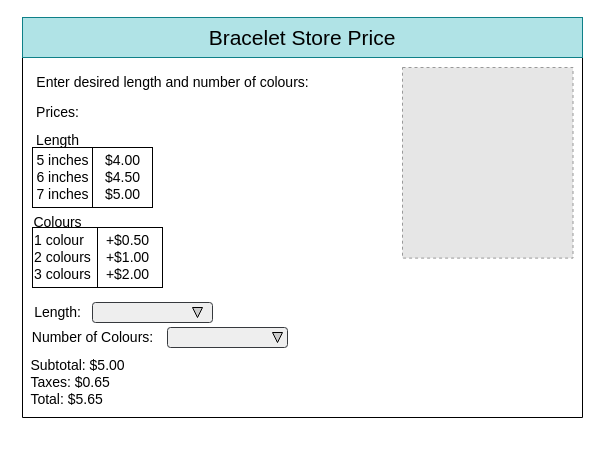
Earlier version of the draw.io diagram design/storyboard.drawio (MTHS-ICS2O-2-2022/ICS2O-Assignment-04-charlotte-jhu). Source tidied: cells renumbered, new cells numbered last; positions are measured from the earlier drawing's top-left corner, leaving out a move shared by most shapes. Both pictures are drawn from the tidied source at 100%, with x=0, y=0 at pixel (17, 17). Pictures stored in the file or linked from it are replaced by grey dashed boxes.
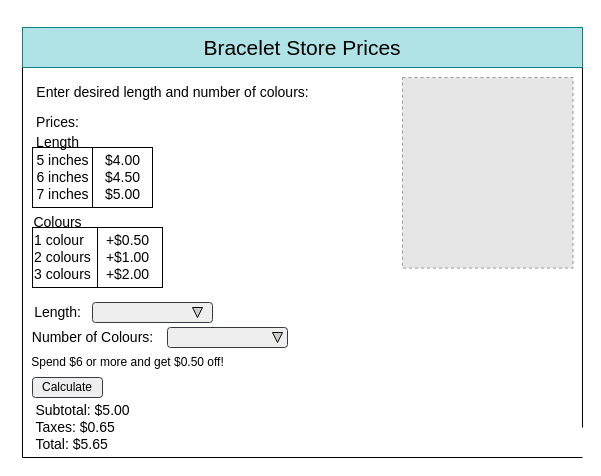
Above is the later version.

Unchanged cells that the change refers to:
```xml
<mxCell id="19" style="rounded=0;whiteSpace=wrap;html=1;labelBackgroundColor=none;fontSize=14;fillColor=none;strokeColor=#000000;" parent="1" vertex="1">
  <mxGeometry x="15" y="210" width="130" height="60" as="geometry" />
</mxCell>
```

Diff of the diagram source:
```diff
@@
     <mxCell id="2" style="endArrow=none;html=1;strokeColor=#000000;" parent="1" edge="1">
       <mxGeometry relative="1" as="geometry">
-        <mxPoint x="565" y="400" as="sourcePoint" />
-        <mxPoint x="5" y="400" as="targetPoint" />
+        <mxPoint x="565" y="440" as="sourcePoint" />
+        <mxPoint x="5" y="440" as="targetPoint" />
       </mxGeometry>
     </mxCell>
     <mxCell id="3" style="endArrow=none;html=1;strokeColor=#000000;" parent="1" edge="1">
       <mxGeometry relative="1" as="geometry">
-        <mxPoint x="565" as="sourcePoint" />
-        <mxPoint x="5" as="targetPoint" />
+        <mxPoint x="565" y="10" as="sourcePoint" />
+        <mxPoint x="5" y="10" as="targetPoint" />
       </mxGeometry>
     </mxCell>
     <mxCell id="4" style="endArrow=none;html=1;strokeColor=#000000;" parent="1" edge="1">
       <mxGeometry relative="1" as="geometry">
-        <mxPoint x="5" as="sourcePoint" />
-        <mxPoint x="5" y="400" as="targetPoint" />
+        <mxPoint x="5" y="10" as="sourcePoint" />
+        <mxPoint x="5" y="440" as="targetPoint" />
       </mxGeometry>
     </mxCell>
     <mxCell id="5" style="endArrow=none;html=1;strokeColor=#000000;" parent="1" edge="1">
       <mxGeometry relative="1" as="geometry">
-        <mxPoint x="565" y="400" as="sourcePoint" />
-        <mxPoint x="565" as="targetPoint" />
+        <mxPoint x="565" y="410" as="sourcePoint" />
+        <mxPoint x="565" y="10" as="targetPoint" />
       </mxGeometry>
     </mxCell>
-    <mxCell id="6" value="Bracelet Store Price" style="rounded=0;whiteSpace=wrap;html=1;fillColor=#b0e3e6;strokeColor=#0e8088;fontColor=#000000;fontSize=21;" parent="1" vertex="1">
-      <mxGeometry x="5" width="560" height="40" as="geometry" />
+    <mxCell id="6" value="Bracelet Store Prices" style="rounded=0;whiteSpace=wrap;html=1;fillColor=#b0e3e6;strokeColor=#0e8088;fontColor=#000000;fontSize=21;" parent="1" vertex="1">
+      <mxGeometry x="5" y="10" width="560" height="40" as="geometry" />
     </mxCell>
     <mxCell id="7" value="Enter desired length and number of colours:" style="text;html=1;align=center;verticalAlign=middle;strokeColor=none;fillColor=none;fontSize=14;fontColor=#000000;" parent="1" vertex="1">
-      <mxGeometry x="5" y="50" width="300" height="30" as="geometry" />
+      <mxGeometry x="5" y="60" width="300" height="30" as="geometry" />
     </mxCell>
     <mxCell id="8" style="fillColor=#E6E6E6;strokeColor=#999999;dashed=1;verticalLabelPosition=bottom;labelBackgroundColor=default;verticalAlign=top;" parent="1" vertex="1">
-      <mxGeometry x="385" y="50" width="170.5" height="190.6" as="geometry" />
+      <mxGeometry x="385" y="60" width="170.5" height="190.6" as="geometry" />
     </mxCell>
@@
     <mxCell id="10" value="Prices:" style="text;html=1;align=center;verticalAlign=middle;strokeColor=none;fillColor=none;fontSize=14;fontColor=#000000;" parent="1" vertex="1">
-      <mxGeometry x="5" y="80" width="70" height="30" as="geometry" />
+      <mxGeometry x="5" y="90" width="70" height="30" as="geometry" />
     </mxCell>
     <mxCell id="11" value="Length" style="text;html=1;align=center;verticalAlign=middle;strokeColor=none;fillColor=none;fontSize=14;fontColor=#000000;" parent="1" vertex="1">
-      <mxGeometry x="5" y="108" width="70" height="30" as="geometry" />
+      <mxGeometry x="5" y="110" width="70" height="30" as="geometry" />
     </mxCell>
@@
-    <mxCell id="20" style="endArrow=none;html=1;strokeColor=#000000;fontSize=14;fontColor=#000000;entryX=0.5;entryY=0;entryDx=0;entryDy=0;" parent="1" edge="1" target="19">
-      <mxGeometry relative="1" as="geometry">
-        <mxPoint x="80" y="270" as="sourcePoint" />
-      </mxGeometry>
+    <mxCell id="20" style="endArrow=none;html=1;strokeColor=#000000;fontSize=14;fontColor=#000000;entryX=0.5;entryY=0;entryDx=0;entryDy=0;exitX=0.5;exitY=1;exitDx=0;exitDy=0;" parent="1" edge="1" source="19" target="19">
+      <mxGeometry relative="1" as="geometry" />
     </mxCell>
@@
     <mxCell id="26" value="&lt;div style=&quot;text-align: left;&quot;&gt;&lt;span style=&quot;background-color: initial;&quot;&gt;Subtotal: $5.00&lt;/span&gt;&lt;/div&gt;&lt;div style=&quot;text-align: left;&quot;&gt;&lt;span style=&quot;background-color: initial;&quot;&gt;Taxes: $0.65&lt;/span&gt;&lt;/div&gt;&lt;div style=&quot;text-align: left;&quot;&gt;&lt;span style=&quot;background-color: initial;&quot;&gt;Total: $5.65&lt;/span&gt;&lt;/div&gt;" style="text;html=1;align=center;verticalAlign=middle;strokeColor=none;fillColor=none;fontSize=14;fontColor=#000000;" parent="1" vertex="1">
-      <mxGeometry y="335" width="120" height="60" as="geometry" />
+      <mxGeometry x="5" y="380" width="120" height="60" as="geometry" />
     </mxCell>
+    <mxCell id="27" value="&lt;font color=&quot;#000000&quot;&gt;Spend $6 or more and get $0.50 off!&lt;/font&gt;" style="text;html=1;align=center;verticalAlign=middle;strokeColor=none;fillColor=none;" parent="1" vertex="1">
+      <mxGeometry y="330" width="220" height="30" as="geometry" />
+    </mxCell>
+    <mxCell id="28" value="Calculate" style="rounded=1;whiteSpace=wrap;html=1;fillColor=#eeeeee;strokeColor=#36393d;fontColor=#000000;" parent="1" vertex="1">
+      <mxGeometry x="15" y="360" width="70" height="20" as="geometry" />
+    </mxCell>
```
